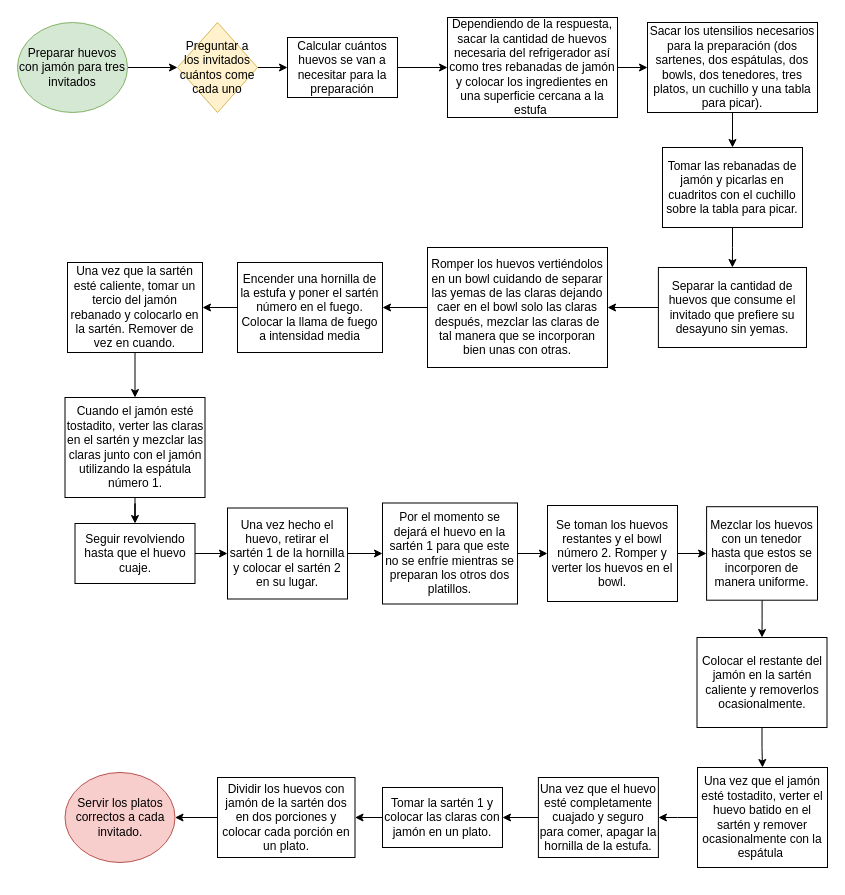
missphoneme/ejercicios-kodemia keeps this draw.io diagram as Untitled Diagram.drawio. Above is the earlier version. Source tidied: cells renumbered, new cells numbered last; positions are measured from the earlier drawing's top-left corner, leaving out a move shared by most shapes. Both pictures are drawn from the tidied source at 100%, with x=0, y=0 at pixel (17, 17).
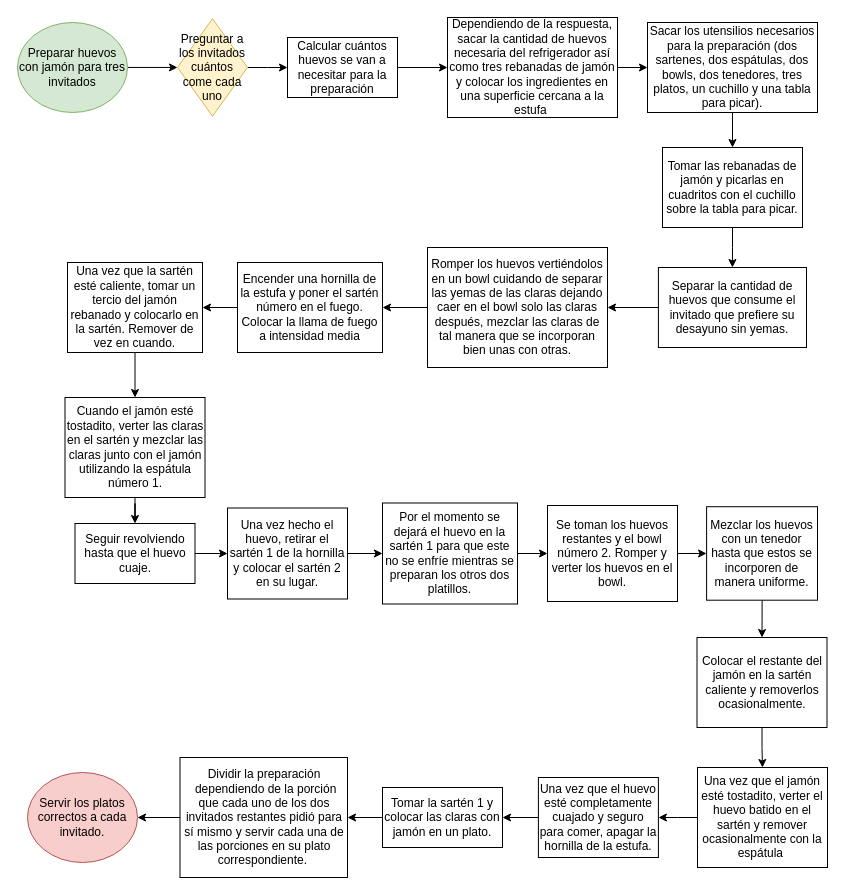
Above is the later version.

The edit, as a diff of the source:
```diff
@@
     <mxCell id="5" value="Preguntar a los invitados cuántos come cada uno" style="rhombus;whiteSpace=wrap;html=1;fillColor=#fff2cc;strokeColor=#d6b656;" parent="1" vertex="1">
-      <mxGeometry x="160" y="5" width="80" height="90" as="geometry" />
+      <mxGeometry x="160" y="1.2" width="70" height="97.5" as="geometry" />
     </mxCell>
@@
-    <mxCell id="43" value="Dividir los huevos con jamón de la sartén dos en dos porciones y colocar cada porción en un plato." style="rounded=0;whiteSpace=wrap;html=1;" parent="1" vertex="1">
-      <mxGeometry x="200" y="760" width="137.5" height="80" as="geometry" />
+    <mxCell id="43" value="Dividir la preparación &amp;nbsp;dependiendo de la porción que cada uno de los dos invitados restantes pidió para sí mismo y servir cada una de las porciones en su plato correspondiente.&amp;nbsp;" style="rounded=0;whiteSpace=wrap;html=1;" parent="1" vertex="1">
+      <mxGeometry x="162.5" y="740" width="167.5" height="120" as="geometry" />
     </mxCell>
     <mxCell id="44" value="Servir los platos correctos a cada invitado." style="ellipse;whiteSpace=wrap;html=1;fillColor=#f8cecc;strokeColor=#b85450;" parent="1" vertex="1">
-      <mxGeometry x="47.5" y="755" width="110" height="90" as="geometry" />
+      <mxGeometry x="10" y="755" width="110" height="90" as="geometry" />
     </mxCell>
```
